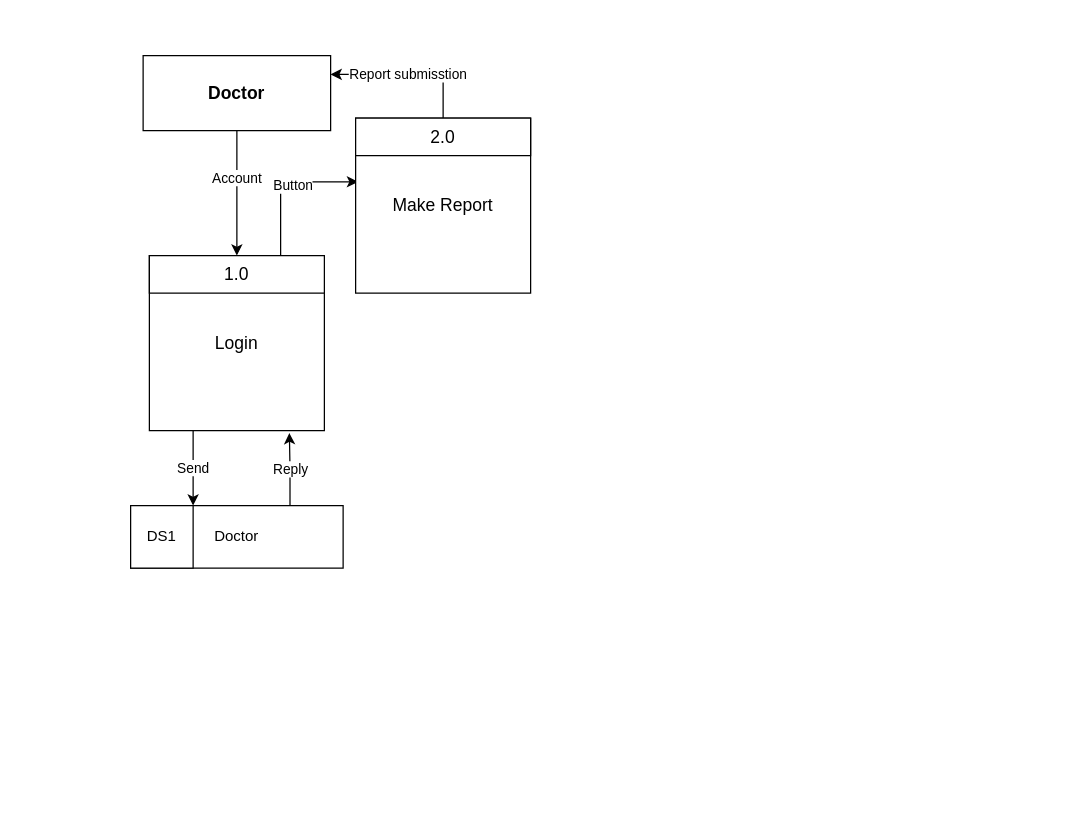
Before: DFD Doctor.drawio in abdelrahmanbonna/Healthy_Shield_Analysis, a draw.io diagram. Source tidied: cells renumbered, new cells numbered last; positions are measured from the earlier drawing's top-left corner, leaving out a move shared by most shapes. Both pictures are drawn from the tidied source at 125%, with x=0, y=0 at pixel (130, 55).
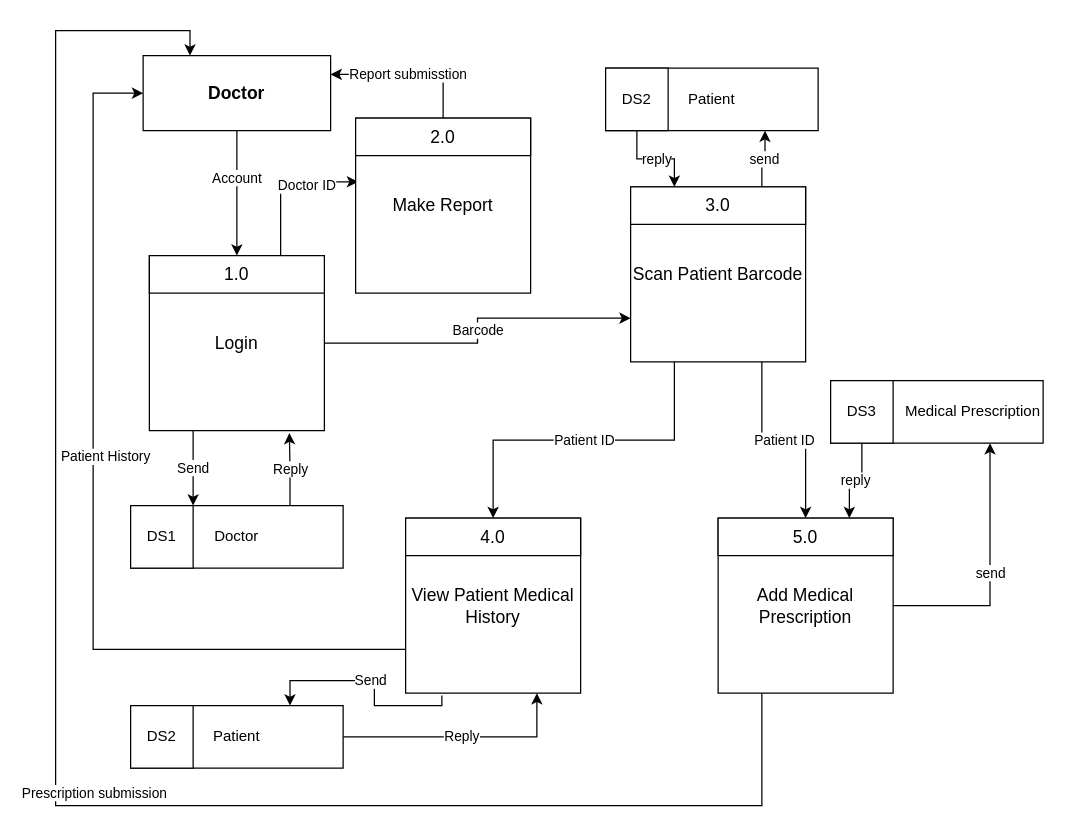
The same page after the edit.

Unchanged cells that the change refers to:
```xml
<mxCell id="4" value="Doctor" style="rounded=0;whiteSpace=wrap;html=1;fontStyle=1;fontSize=14;" parent="1" vertex="1">
  <mxGeometry x="10" width="150" height="60" as="geometry" />
</mxCell>
<mxCell id="6" value="Login" style="whiteSpace=wrap;html=1;fontSize=14;" parent="1" vertex="1">
  <mxGeometry x="15" y="160" width="140" height="140" as="geometry" />
</mxCell>
<mxCell id="7" style="edgeStyle=orthogonalEdgeStyle;rounded=0;jettySize=auto;html=1;exitX=0.75;exitY=0;exitDx=0;exitDy=0;entryX=0.014;entryY=0.364;entryDx=0;entryDy=0;entryPerimeter=0;" parent="1" edge="1" source="9" target="13">
  <mxGeometry relative="1" as="geometry" />
</mxCell>
```

Change to the diagram source:
```diff
@@
+    <mxCell id="16" value="Barcode" style="edgeStyle=orthogonalEdgeStyle;rounded=0;jettySize=auto;html=1;exitX=1;exitY=0.5;exitDx=0;exitDy=0;entryX=0;entryY=0.75;entryDx=0;entryDy=0;" parent="1" edge="1" source="6" target="19">
+      <mxGeometry relative="1" as="geometry" />
+    </mxCell>
@@
-    <mxCell id="8" value="Button" style="edgeLabel;html=1;align=center;verticalAlign=middle;" parent="7" vertex="1">
-      <mxGeometry x="-0.06" y="-9" relative="1" as="geometry" />
+    <mxCell id="8" value="Doctor ID" style="edgeLabel;html=1;align=center;verticalAlign=middle;" parent="7" vertex="1">
+      <mxGeometry x="-0.06" y="-9" relative="1" as="geometry">
+        <mxPoint x="11" as="offset" />
+      </mxGeometry>
     </mxCell>
@@
+    <mxCell id="17" value="Patient ID" style="edgeStyle=orthogonalEdgeStyle;rounded=0;jettySize=auto;html=1;exitX=0.25;exitY=1;exitDx=0;exitDy=0;" parent="1" edge="1" source="19" target="26">
+      <mxGeometry relative="1" as="geometry" />
+    </mxCell>
+    <mxCell id="18" value="Patient ID" style="edgeStyle=orthogonalEdgeStyle;rounded=0;jettySize=auto;html=1;exitX=0.75;exitY=1;exitDx=0;exitDy=0;entryX=0.5;entryY=0;entryDx=0;entryDy=0;" parent="1" edge="1" source="19" target="23">
+      <mxGeometry relative="1" as="geometry" />
+    </mxCell>
+    <mxCell id="19" value="Scan Patient Barcode" style="whiteSpace=wrap;html=1;fontSize=14;" parent="1" vertex="1">
+      <mxGeometry x="400" y="105" width="140" height="140" as="geometry" />
+    </mxCell>
+    <mxCell id="20" value="3.0" style="rounded=0;whiteSpace=wrap;html=1;fontSize=14;" parent="1" vertex="1">
+      <mxGeometry x="400" y="105" width="140" height="30" as="geometry" />
+    </mxCell>
+    <mxCell id="21" value="Prescription submission" style="edgeStyle=orthogonalEdgeStyle;rounded=0;jettySize=auto;html=1;exitX=0.25;exitY=1;exitDx=0;exitDy=0;entryX=0.25;entryY=0;entryDx=0;entryDy=0;" parent="1" edge="1" source="22" target="4">
+      <mxGeometry x="-0.11" y="-10" relative="1" as="geometry">
+        <Array as="points">
+          <mxPoint x="505" y="600" />
+          <mxPoint x="-60" y="600" />
+          <mxPoint x="-60" y="-20" />
+          <mxPoint x="48" y="-20" />
+        </Array>
+      </mxGeometry>
+    </mxCell>
+    <mxCell id="22" value="Add Medical Prescription" style="whiteSpace=wrap;html=1;fontSize=14;" parent="1" vertex="1">
+      <mxGeometry x="470" y="370" width="140" height="140" as="geometry" />
+    </mxCell>
+    <mxCell id="23" value="5.0" style="rounded=0;whiteSpace=wrap;html=1;fontSize=14;" parent="1" vertex="1">
+      <mxGeometry x="470" y="370" width="140" height="30" as="geometry" />
+    </mxCell>
+    <mxCell id="24" value="Patient History" style="edgeStyle=orthogonalEdgeStyle;rounded=0;jettySize=auto;html=1;exitX=0;exitY=0.75;exitDx=0;exitDy=0;entryX=0;entryY=0.5;entryDx=0;entryDy=0;" parent="1" edge="1" source="25" target="4">
+      <mxGeometry x="0.1" y="-10" relative="1" as="geometry">
+        <Array as="points">
+          <mxPoint x="-30" y="475" />
+          <mxPoint x="-30" y="30" />
+        </Array>
+      </mxGeometry>
+    </mxCell>
+    <mxCell id="25" value="View Patient Medical History" style="whiteSpace=wrap;html=1;fontSize=14;" parent="1" vertex="1">
+      <mxGeometry x="220" y="370" width="140" height="140" as="geometry" />
+    </mxCell>
+    <mxCell id="26" value="4.0" style="rounded=0;whiteSpace=wrap;html=1;fontSize=14;" parent="1" vertex="1">
+      <mxGeometry x="220" y="370" width="140" height="30" as="geometry" />
+    </mxCell>
+    <mxCell id="27" value="send" style="edgeStyle=orthogonalEdgeStyle;rounded=0;jettySize=auto;html=1;exitX=0.75;exitY=0;exitDx=0;exitDy=0;entryX=0.75;entryY=1;entryDx=0;entryDy=0;" parent="1" edge="1" source="20" target="28">
+      <mxGeometry relative="1" as="geometry" />
+    </mxCell>
+    <mxCell id="28" value="Patient" style="rounded=0;whiteSpace=wrap;html=1;" parent="1" vertex="1">
+      <mxGeometry x="380" y="10" width="170" height="50" as="geometry" />
+    </mxCell>
+    <mxCell id="29" value="reply" style="edgeStyle=orthogonalEdgeStyle;rounded=0;jettySize=auto;html=1;exitX=0.5;exitY=1;exitDx=0;exitDy=0;entryX=0.25;entryY=0;entryDx=0;entryDy=0;" parent="1" edge="1" source="30" target="20">
+      <mxGeometry relative="1" as="geometry" />
+    </mxCell>
+    <mxCell id="30" value="DS2" style="whiteSpace=wrap;html=1;" parent="1" vertex="1">
+      <mxGeometry x="380" y="10" width="50" height="50" as="geometry" />
+    </mxCell>
+    <mxCell id="31" value="send" style="edgeStyle=orthogonalEdgeStyle;rounded=0;jettySize=auto;html=1;exitX=1;exitY=0.5;exitDx=0;exitDy=0;entryX=0.75;entryY=1;entryDx=0;entryDy=0;" parent="1" edge="1" source="22" target="32">
+      <mxGeometry relative="1" as="geometry" />
+    </mxCell>
+    <mxCell id="32" value="&lt;div style=&quot;&quot;&gt;&lt;span&gt;Medical Prescription&lt;/span&gt;&lt;/div&gt;" style="rounded=0;whiteSpace=wrap;html=1;align=right;" parent="1" vertex="1">
+      <mxGeometry x="560" y="260" width="170" height="50" as="geometry" />
+    </mxCell>
+    <mxCell id="33" value="reply" style="edgeStyle=orthogonalEdgeStyle;rounded=0;jettySize=auto;html=1;exitX=0.5;exitY=1;exitDx=0;exitDy=0;entryX=0.75;entryY=0;entryDx=0;entryDy=0;" parent="1" edge="1" source="34" target="23">
+      <mxGeometry relative="1" as="geometry" />
+    </mxCell>
+    <mxCell id="34" value="DS3" style="whiteSpace=wrap;html=1;" parent="1" vertex="1">
+      <mxGeometry x="560" y="260" width="50" height="50" as="geometry" />
+    </mxCell>
+    <mxCell id="35" value="Reply" style="edgeStyle=orthogonalEdgeStyle;rounded=0;jettySize=auto;html=1;exitX=1;exitY=0.5;exitDx=0;exitDy=0;entryX=0.75;entryY=1;entryDx=0;entryDy=0;" parent="1" edge="1" source="37" target="25">
+      <mxGeometry relative="1" as="geometry" />
+    </mxCell>
+    <mxCell id="36" value="Send" style="edgeStyle=orthogonalEdgeStyle;rounded=0;jettySize=auto;html=1;exitX=0.207;exitY=1.014;exitDx=0;exitDy=0;entryX=0.75;entryY=0;entryDx=0;entryDy=0;exitPerimeter=0;" parent="1" edge="1" source="25" target="37">
+      <mxGeometry relative="1" as="geometry">
+        <Array as="points">
+          <mxPoint x="249" y="520" />
+          <mxPoint x="195" y="520" />
+          <mxPoint x="195" y="500" />
+          <mxPoint x="128" y="500" />
+        </Array>
+      </mxGeometry>
+    </mxCell>
+    <mxCell id="37" value="Patient" style="rounded=0;whiteSpace=wrap;html=1;" parent="1" vertex="1">
+      <mxGeometry y="520" width="170" height="50" as="geometry" />
+    </mxCell>
+    <mxCell id="38" value="DS2" style="whiteSpace=wrap;html=1;" parent="1" vertex="1">
+      <mxGeometry y="520" width="50" height="50" as="geometry" />
+    </mxCell>
```
